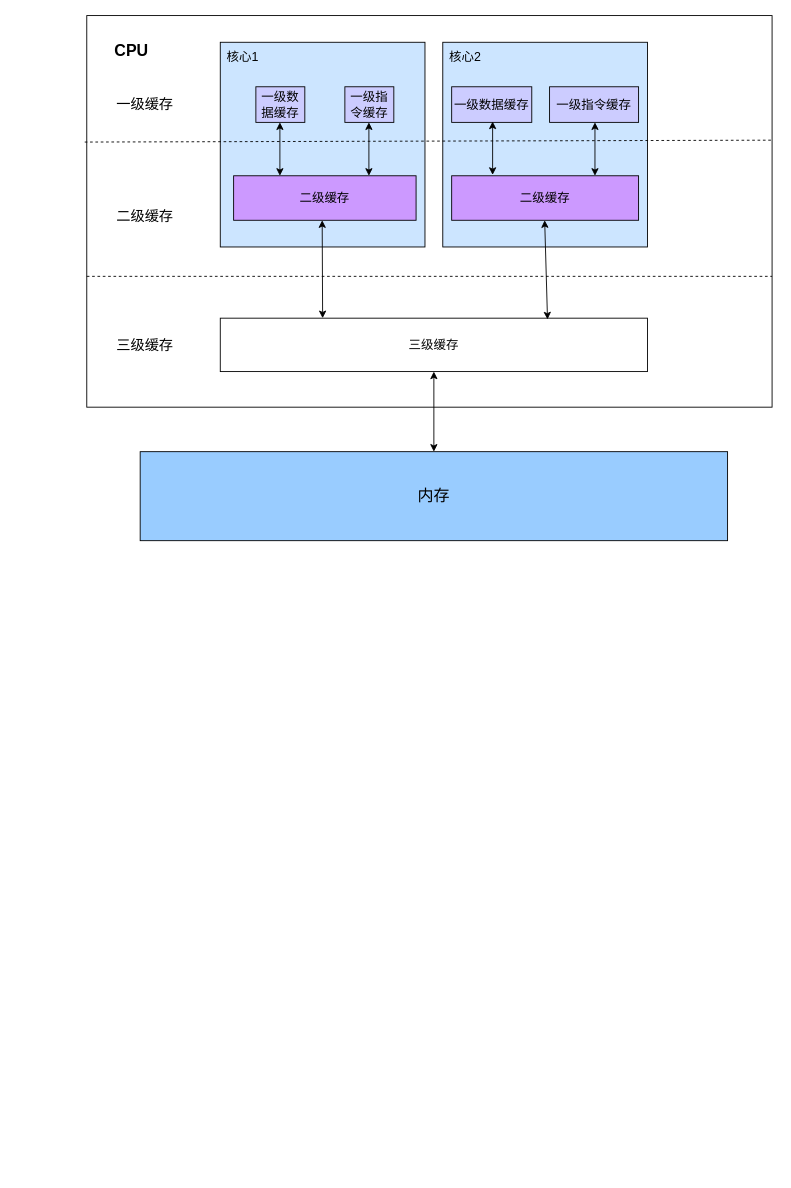
The draw.io diagram drawio/cpu/CPU-Cache-Line伪共享.drawio in guitarock/my-pics, before the edit. Source tidied: cells renumbered, new cells numbered last; positions are measured from the earlier drawing's top-left corner, leaving out a move shared by most shapes. Both pictures are drawn from the tidied source at 89%, with x=0, y=0 at pixel (86, 15).
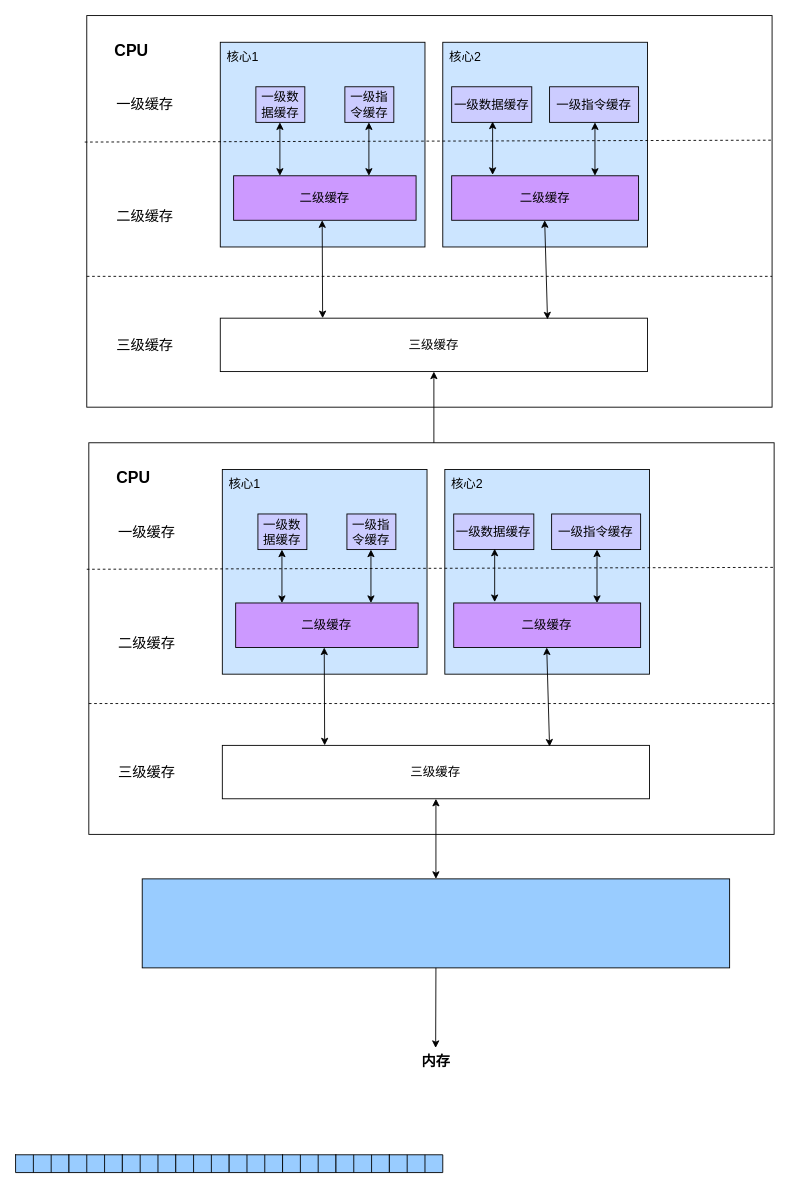
The same diagram, later.

Commit message (it also covers changes not shown here):
更新CPU-Cache-Line伪共享.drawio

Change to the diagram source:
```diff
@@
+    <mxCell id="28" style="rounded=0;whiteSpace=wrap;html=1;" parent="1" vertex="1">
+      <mxGeometry x="2.3" y="480" width="770" height="440" as="geometry" />
+    </mxCell>
+    <mxCell id="29" style="rounded=0;whiteSpace=wrap;html=1;fillColor=#CCE5FF;" parent="1" vertex="1">
+      <mxGeometry x="152.3" y="510" width="230" height="230" as="geometry" />
+    </mxCell>
+    <mxCell id="30" style="rounded=0;whiteSpace=wrap;html=1;fillColor=#CCE5FF;" parent="1" vertex="1">
+      <mxGeometry x="402.3" y="510" width="230" height="230" as="geometry" />
+    </mxCell>
+    <mxCell id="31" value="&lt;font style=&quot;font-size: 18px;&quot;&gt;&lt;b&gt;CPU&lt;/b&gt;&lt;/font&gt;" style="text;html=1;align=center;verticalAlign=middle;fillColor=none;strokeColor=none;rounded=0;" parent="1" vertex="1">
+      <mxGeometry x="27.3" y="510" width="50" height="20" as="geometry" />
+    </mxCell>
+    <mxCell id="32" value="&lt;font style=&quot;font-size: 14px;&quot;&gt;核心1&lt;/font&gt;" style="text;html=1;align=center;verticalAlign=middle;fillColor=none;strokeColor=none;rounded=0;fontSize=18;" parent="1" vertex="1">
+      <mxGeometry x="152.3" y="510" width="50" height="30" as="geometry" />
+    </mxCell>
+    <mxCell id="33" value="&lt;font style=&quot;font-size: 14px;&quot;&gt;核心2&lt;/font&gt;" style="text;html=1;align=center;verticalAlign=middle;fillColor=none;strokeColor=none;rounded=0;fontSize=18;" parent="1" vertex="1">
+      <mxGeometry x="402.3" y="510" width="50" height="30" as="geometry" />
+    </mxCell>
+    <mxCell id="34" value="一级数据缓存" style="rounded=0;whiteSpace=wrap;html=1;fontSize=14;fillColor=#CCCCFF;" parent="1" vertex="1">
+      <mxGeometry x="192.3" y="560" width="55" height="40" as="geometry" />
+    </mxCell>
+    <mxCell id="35" value="一级指令缓存" style="rounded=0;whiteSpace=wrap;html=1;fontSize=14;fillColor=#CCCCFF;" parent="1" vertex="1">
+      <mxGeometry x="292.3" y="560" width="55" height="40" as="geometry" />
+    </mxCell>
+    <mxCell id="36" value="一级数据缓存" style="rounded=0;whiteSpace=wrap;html=1;fontSize=14;fillColor=#CCCCFF;" parent="1" vertex="1">
+      <mxGeometry x="412.3" y="560" width="90" height="40" as="geometry" />
+    </mxCell>
+    <mxCell id="37" value="一级指令缓存" style="rounded=0;whiteSpace=wrap;html=1;fontSize=14;fillColor=#CCCCFF;" parent="1" vertex="1">
+      <mxGeometry x="522.3" y="560" width="100" height="40" as="geometry" />
+    </mxCell>
+    <mxCell id="38" value="二级缓存" style="rounded=0;whiteSpace=wrap;html=1;fontSize=14;fillColor=#CC99FF;" parent="1" vertex="1">
+      <mxGeometry x="167.3" y="660" width="205" height="50" as="geometry" />
+    </mxCell>
+    <mxCell id="39" value="二级缓存" style="rounded=0;whiteSpace=wrap;html=1;fontSize=14;fillColor=#CC99FF;" parent="1" vertex="1">
+      <mxGeometry x="412.3" y="660" width="210" height="50" as="geometry" />
+    </mxCell>
+    <mxCell id="40" value="三级缓存" style="rounded=0;whiteSpace=wrap;html=1;fontSize=14;" parent="1" vertex="1">
+      <mxGeometry x="152.3" y="820" width="480" height="60" as="geometry" />
+    </mxCell>
+    <mxCell id="41" style="rounded=0;whiteSpace=wrap;html=1;fontSize=14;fillColor=#99CCFF;" parent="1" vertex="1">
+      <mxGeometry x="62.3" y="970" width="660" height="100" as="geometry" />
+    </mxCell>
+    <mxCell id="42" style="endArrow=classic;startArrow=classic;html=1;rounded=0;fontSize=18;entryX=0.5;entryY=1;entryDx=0;entryDy=0;exitX=0.5;exitY=0;exitDx=0;exitDy=0;" parent="1" edge="1" source="41" target="40">
+      <mxGeometry relative="1" as="geometry" />
+    </mxCell>
+    <mxCell id="43" style="endArrow=none;dashed=1;html=1;strokeWidth=1;rounded=0;fontSize=18;exitX=-0.003;exitY=0.323;exitDx=0;exitDy=0;exitPerimeter=0;" parent="1" edge="1" source="28">
+      <mxGeometry relative="1" as="geometry">
+        <mxPoint x="772.3" y="620" as="targetPoint" />
+      </mxGeometry>
+    </mxCell>
+    <mxCell id="44" style="endArrow=none;dashed=1;html=1;strokeWidth=1;rounded=0;fontSize=18;exitX=0;exitY=0.25;exitDx=0;exitDy=0;" parent="1" edge="1">
+      <mxGeometry relative="1" as="geometry">
+        <mxPoint x="2.3" y="773" as="sourcePoint" />
+        <mxPoint x="772.3" y="773" as="targetPoint" />
+      </mxGeometry>
+    </mxCell>
+    <mxCell id="45" style="endArrow=classic;startArrow=classic;html=1;rounded=0;fontSize=18;entryX=0.5;entryY=1;entryDx=0;entryDy=0;exitX=0.5;exitY=0;exitDx=0;exitDy=0;" parent="1" edge="1">
+      <mxGeometry relative="1" as="geometry">
+        <mxPoint x="458.3" y="659" as="sourcePoint" />
+        <mxPoint x="458.3" y="599" as="targetPoint" />
+      </mxGeometry>
+    </mxCell>
+    <mxCell id="46" style="endArrow=classic;startArrow=classic;html=1;rounded=0;fontSize=18;entryX=0.5;entryY=1;entryDx=0;entryDy=0;" parent="1" edge="1">
+      <mxGeometry relative="1" as="geometry">
+        <mxPoint x="267.3" y="820" as="sourcePoint" />
+        <mxPoint x="266.8" y="710" as="targetPoint" />
+      </mxGeometry>
+    </mxCell>
+    <mxCell id="47" style="endArrow=classic;startArrow=classic;html=1;rounded=0;fontSize=18;entryX=0.5;entryY=1;entryDx=0;entryDy=0;exitX=0.766;exitY=0.023;exitDx=0;exitDy=0;exitPerimeter=0;" parent="1" edge="1" source="40">
+      <mxGeometry relative="1" as="geometry">
+        <mxPoint x="516.8" y="710" as="targetPoint" />
+      </mxGeometry>
+    </mxCell>
+    <mxCell id="48" style="endArrow=classic;startArrow=classic;html=1;rounded=0;fontSize=18;entryX=0.5;entryY=1;entryDx=0;entryDy=0;exitX=0.5;exitY=0;exitDx=0;exitDy=0;" parent="1" edge="1">
+      <mxGeometry relative="1" as="geometry">
+        <mxPoint x="573.3" y="660" as="sourcePoint" />
+        <mxPoint x="573.3" y="600" as="targetPoint" />
+      </mxGeometry>
+    </mxCell>
+    <mxCell id="49" style="endArrow=classic;startArrow=classic;html=1;rounded=0;fontSize=18;entryX=0.5;entryY=1;entryDx=0;entryDy=0;exitX=0.5;exitY=0;exitDx=0;exitDy=0;" parent="1" edge="1">
+      <mxGeometry relative="1" as="geometry">
+        <mxPoint x="219.3" y="660" as="sourcePoint" />
+        <mxPoint x="219.3" y="600" as="targetPoint" />
+      </mxGeometry>
+    </mxCell>
+    <mxCell id="50" style="endArrow=classic;startArrow=classic;html=1;rounded=0;fontSize=18;entryX=0.5;entryY=1;entryDx=0;entryDy=0;exitX=0.5;exitY=0;exitDx=0;exitDy=0;" parent="1" edge="1">
+      <mxGeometry relative="1" as="geometry">
+        <mxPoint x="319.3" y="660" as="sourcePoint" />
+        <mxPoint x="319.3" y="600" as="targetPoint" />
+      </mxGeometry>
+    </mxCell>
+    <mxCell id="51" value="&lt;font style=&quot;font-size: 16px;&quot;&gt;一级缓存&lt;/font&gt;" style="text;html=1;align=center;verticalAlign=middle;fillColor=none;strokeColor=none;rounded=0;fontSize=18;" parent="1" vertex="1">
+      <mxGeometry x="27.3" y="565" width="80" height="30" as="geometry" />
+    </mxCell>
+    <mxCell id="52" value="&lt;font style=&quot;font-size: 16px;&quot;&gt;二级缓存&lt;/font&gt;" style="text;html=1;align=center;verticalAlign=middle;fillColor=none;strokeColor=none;rounded=0;fontSize=18;" parent="1" vertex="1">
+      <mxGeometry x="27.3" y="690" width="80" height="30" as="geometry" />
+    </mxCell>
+    <mxCell id="53" value="&lt;font style=&quot;font-size: 16px;&quot;&gt;三级缓存&lt;/font&gt;" style="text;html=1;align=center;verticalAlign=middle;fillColor=none;strokeColor=none;rounded=0;fontSize=18;" parent="1" vertex="1">
+      <mxGeometry x="27.3" y="835" width="80" height="30" as="geometry" />
+    </mxCell>
+    <mxCell id="54" value="&lt;font style=&quot;font-size: 16px;&quot;&gt;&lt;b&gt;内存&lt;/b&gt;&lt;/font&gt;" style="text;html=1;align=center;verticalAlign=middle;points=[];fillColor=none;strokeColor=none;rounded=0;fontSize=18;" parent="1" vertex="1">
+      <mxGeometry x="367.3" y="1160" width="50" height="30" as="geometry" />
+    </mxCell>
+    <mxCell id="55" style="endArrow=classic;html=1;rounded=0;fontSize=16;strokeWidth=1;exitX=0.5;exitY=1;exitDx=0;exitDy=0;" parent="1" edge="1" source="41" target="54">
+      <mxGeometry relative="1" as="geometry">
+        <Array as="points">
+          <mxPoint x="392" y="1160" />
+        </Array>
+      </mxGeometry>
+    </mxCell>
+    <mxCell id="56" style="shape=table;html=1;whiteSpace=wrap;startSize=0;childLayout=tableLayout;fontSize=16;fillColor=#99CCFF;" parent="1" vertex="1">
+      <mxGeometry x="-80" y="1280" width="60" height="20" as="geometry" />
+    </mxCell>
+    <mxCell id="57" style="shape=tableRow;horizontal=0;startSize=0;swimlaneHead=0;swimlaneBody=0;top=0;left=0;bottom=0;right=0;fillColor=none;fontSize=16;" parent="56" vertex="1">
+      <mxGeometry width="60" height="20" as="geometry" />
+    </mxCell>
+    <mxCell id="58" style="shape=partialRectangle;html=1;whiteSpace=wrap;fillColor=none;top=0;left=0;bottom=0;right=0;overflow=hidden;fontSize=16;" parent="57" vertex="1">
+      <mxGeometry width="20" height="20" as="geometry" />
+    </mxCell>
+    <mxCell id="59" style="shape=partialRectangle;html=1;whiteSpace=wrap;fillColor=none;top=0;left=0;bottom=0;right=0;overflow=hidden;fontSize=16;" parent="57" vertex="1">
+      <mxGeometry x="20" width="20" height="20" as="geometry" />
+    </mxCell>
+    <mxCell id="60" style="shape=partialRectangle;html=1;whiteSpace=wrap;fillColor=none;top=0;left=0;bottom=0;right=0;overflow=hidden;fontSize=16;" parent="57" vertex="1">
+      <mxGeometry x="40" width="20" height="20" as="geometry" />
+    </mxCell>
+    <mxCell id="61" style="shape=table;html=1;whiteSpace=wrap;startSize=0;childLayout=tableLayout;fontSize=16;fillColor=#99CCFF;" parent="1" vertex="1">
+      <mxGeometry x="-20" y="1280" width="60" height="20" as="geometry" />
+    </mxCell>
+    <mxCell id="62" style="shape=tableRow;horizontal=0;startSize=0;swimlaneHead=0;swimlaneBody=0;top=0;left=0;bottom=0;right=0;fillColor=none;fontSize=16;" parent="61" vertex="1">
+      <mxGeometry width="60" height="20" as="geometry" />
+    </mxCell>
+    <mxCell id="63" style="shape=partialRectangle;html=1;whiteSpace=wrap;fillColor=none;top=0;left=0;bottom=0;right=0;overflow=hidden;fontSize=16;" parent="62" vertex="1">
+      <mxGeometry width="20" height="20" as="geometry" />
+    </mxCell>
+    <mxCell id="64" style="shape=partialRectangle;html=1;whiteSpace=wrap;fillColor=none;top=0;left=0;bottom=0;right=0;overflow=hidden;fontSize=16;" parent="62" vertex="1">
+      <mxGeometry x="20" width="20" height="20" as="geometry" />
+    </mxCell>
+    <mxCell id="65" style="shape=partialRectangle;html=1;whiteSpace=wrap;fillColor=none;top=0;left=0;bottom=0;right=0;overflow=hidden;fontSize=16;" parent="62" vertex="1">
+      <mxGeometry x="40" width="20" height="20" as="geometry" />
+    </mxCell>
+    <mxCell id="66" style="shape=table;html=1;whiteSpace=wrap;startSize=0;childLayout=tableLayout;fontSize=16;fillColor=#99CCFF;" parent="1" vertex="1">
+      <mxGeometry x="40" y="1280" width="60" height="20" as="geometry" />
+    </mxCell>
+    <mxCell id="67" style="shape=tableRow;horizontal=0;startSize=0;swimlaneHead=0;swimlaneBody=0;top=0;left=0;bottom=0;right=0;fillColor=none;fontSize=16;" parent="66" vertex="1">
+      <mxGeometry width="60" height="20" as="geometry" />
+    </mxCell>
+    <mxCell id="68" style="shape=partialRectangle;html=1;whiteSpace=wrap;fillColor=none;top=0;left=0;bottom=0;right=0;overflow=hidden;fontSize=16;" parent="67" vertex="1">
+      <mxGeometry width="20" height="20" as="geometry" />
+    </mxCell>
+    <mxCell id="69" style="shape=partialRectangle;html=1;whiteSpace=wrap;fillColor=none;top=0;left=0;bottom=0;right=0;overflow=hidden;fontSize=16;" parent="67" vertex="1">
+      <mxGeometry x="20" width="20" height="20" as="geometry" />
+    </mxCell>
+    <mxCell id="70" style="shape=partialRectangle;html=1;whiteSpace=wrap;fillColor=none;top=0;left=0;bottom=0;right=0;overflow=hidden;fontSize=16;" parent="67" vertex="1">
+      <mxGeometry x="40" width="20" height="20" as="geometry" />
+    </mxCell>
+    <mxCell id="71" style="shape=table;html=1;whiteSpace=wrap;startSize=0;childLayout=tableLayout;fontSize=16;fillColor=#99CCFF;" parent="1" vertex="1">
+      <mxGeometry x="100" y="1280" width="60" height="20" as="geometry" />
+    </mxCell>
+    <mxCell id="72" style="shape=tableRow;horizontal=0;startSize=0;swimlaneHead=0;swimlaneBody=0;top=0;left=0;bottom=0;right=0;fillColor=none;fontSize=16;" parent="71" vertex="1">
+      <mxGeometry width="60" height="20" as="geometry" />
+    </mxCell>
+    <mxCell id="73" style="shape=partialRectangle;html=1;whiteSpace=wrap;fillColor=none;top=0;left=0;bottom=0;right=0;overflow=hidden;fontSize=16;" parent="72" vertex="1">
+      <mxGeometry width="20" height="20" as="geometry" />
+    </mxCell>
+    <mxCell id="74" style="shape=partialRectangle;html=1;whiteSpace=wrap;fillColor=none;top=0;left=0;bottom=0;right=0;overflow=hidden;fontSize=16;" parent="72" vertex="1">
+      <mxGeometry x="20" width="20" height="20" as="geometry" />
+    </mxCell>
+    <mxCell id="75" style="shape=partialRectangle;html=1;whiteSpace=wrap;fillColor=none;top=0;left=0;bottom=0;right=0;overflow=hidden;fontSize=16;" parent="72" vertex="1">
+      <mxGeometry x="40" width="20" height="20" as="geometry" />
+    </mxCell>
+    <mxCell id="76" style="shape=table;html=1;whiteSpace=wrap;startSize=0;childLayout=tableLayout;fontSize=16;fillColor=#99CCFF;" parent="1" vertex="1">
+      <mxGeometry x="160" y="1280" width="60" height="20" as="geometry" />
+    </mxCell>
+    <mxCell id="77" style="shape=tableRow;horizontal=0;startSize=0;swimlaneHead=0;swimlaneBody=0;top=0;left=0;bottom=0;right=0;fillColor=none;fontSize=16;" parent="76" vertex="1">
+      <mxGeometry width="60" height="20" as="geometry" />
+    </mxCell>
+    <mxCell id="78" style="shape=partialRectangle;html=1;whiteSpace=wrap;fillColor=none;top=0;left=0;bottom=0;right=0;overflow=hidden;fontSize=16;" parent="77" vertex="1">
+      <mxGeometry width="20" height="20" as="geometry" />
+    </mxCell>
+    <mxCell id="79" style="shape=partialRectangle;html=1;whiteSpace=wrap;fillColor=none;top=0;left=0;bottom=0;right=0;overflow=hidden;fontSize=16;" parent="77" vertex="1">
+      <mxGeometry x="20" width="20" height="20" as="geometry" />
+    </mxCell>
+    <mxCell id="80" style="shape=partialRectangle;html=1;whiteSpace=wrap;fillColor=none;top=0;left=0;bottom=0;right=0;overflow=hidden;fontSize=16;" parent="77" vertex="1">
+      <mxGeometry x="40" width="20" height="20" as="geometry" />
+    </mxCell>
+    <mxCell id="81" style="shape=table;html=1;whiteSpace=wrap;startSize=0;childLayout=tableLayout;fontSize=16;fillColor=#99CCFF;" parent="1" vertex="1">
+      <mxGeometry x="220" y="1280" width="60" height="20" as="geometry" />
+    </mxCell>
+    <mxCell id="82" style="shape=tableRow;horizontal=0;startSize=0;swimlaneHead=0;swimlaneBody=0;top=0;left=0;bottom=0;right=0;fillColor=none;fontSize=16;" parent="81" vertex="1">
+      <mxGeometry width="60" height="20" as="geometry" />
+    </mxCell>
+    <mxCell id="83" style="shape=partialRectangle;html=1;whiteSpace=wrap;fillColor=none;top=0;left=0;bottom=0;right=0;overflow=hidden;fontSize=16;" parent="82" vertex="1">
+      <mxGeometry width="20" height="20" as="geometry" />
+    </mxCell>
+    <mxCell id="84" style="shape=partialRectangle;html=1;whiteSpace=wrap;fillColor=none;top=0;left=0;bottom=0;right=0;overflow=hidden;fontSize=16;" parent="82" vertex="1">
+      <mxGeometry x="20" width="20" height="20" as="geometry" />
+    </mxCell>
+    <mxCell id="85" style="shape=partialRectangle;html=1;whiteSpace=wrap;fillColor=none;top=0;left=0;bottom=0;right=0;overflow=hidden;fontSize=16;" parent="82" vertex="1">
+      <mxGeometry x="40" width="20" height="20" as="geometry" />
+    </mxCell>
+    <mxCell id="86" style="shape=table;html=1;whiteSpace=wrap;startSize=0;childLayout=tableLayout;fontSize=16;fillColor=#99CCFF;" parent="1" vertex="1">
+      <mxGeometry x="280" y="1280" width="60" height="20" as="geometry" />
+    </mxCell>
+    <mxCell id="87" style="shape=tableRow;horizontal=0;startSize=0;swimlaneHead=0;swimlaneBody=0;top=0;left=0;bottom=0;right=0;fillColor=none;fontSize=16;" parent="86" vertex="1">
+      <mxGeometry width="60" height="20" as="geometry" />
+    </mxCell>
+    <mxCell id="88" style="shape=partialRectangle;html=1;whiteSpace=wrap;fillColor=none;top=0;left=0;bottom=0;right=0;overflow=hidden;fontSize=16;" parent="87" vertex="1">
+      <mxGeometry width="20" height="20" as="geometry" />
+    </mxCell>
+    <mxCell id="89" style="shape=partialRectangle;html=1;whiteSpace=wrap;fillColor=none;top=0;left=0;bottom=0;right=0;overflow=hidden;fontSize=16;" parent="87" vertex="1">
+      <mxGeometry x="20" width="20" height="20" as="geometry" />
+    </mxCell>
+    <mxCell id="90" style="shape=partialRectangle;html=1;whiteSpace=wrap;fillColor=none;top=0;left=0;bottom=0;right=0;overflow=hidden;fontSize=16;" parent="87" vertex="1">
+      <mxGeometry x="40" width="20" height="20" as="geometry" />
+    </mxCell>
+    <mxCell id="91" style="shape=table;html=1;whiteSpace=wrap;startSize=0;childLayout=tableLayout;fontSize=16;fillColor=#99CCFF;" parent="1" vertex="1">
+      <mxGeometry x="340" y="1280" width="60" height="20" as="geometry" />
+    </mxCell>
+    <mxCell id="92" style="shape=tableRow;horizontal=0;startSize=0;swimlaneHead=0;swimlaneBody=0;top=0;left=0;bottom=0;right=0;fillColor=none;fontSize=16;" parent="91" vertex="1">
+      <mxGeometry width="60" height="20" as="geometry" />
+    </mxCell>
+    <mxCell id="93" style="shape=partialRectangle;html=1;whiteSpace=wrap;fillColor=none;top=0;left=0;bottom=0;right=0;overflow=hidden;fontSize=16;" parent="92" vertex="1">
+      <mxGeometry width="20" height="20" as="geometry" />
+    </mxCell>
+    <mxCell id="94" style="shape=partialRectangle;html=1;whiteSpace=wrap;fillColor=none;top=0;left=0;bottom=0;right=0;overflow=hidden;fontSize=16;" parent="92" vertex="1">
+      <mxGeometry x="20" width="20" height="20" as="geometry" />
+    </mxCell>
+    <mxCell id="95" style="shape=partialRectangle;html=1;whiteSpace=wrap;fillColor=none;top=0;left=0;bottom=0;right=0;overflow=hidden;fontSize=16;" parent="92" vertex="1">
+      <mxGeometry x="40" width="20" height="20" as="geometry" />
+    </mxCell>
```
